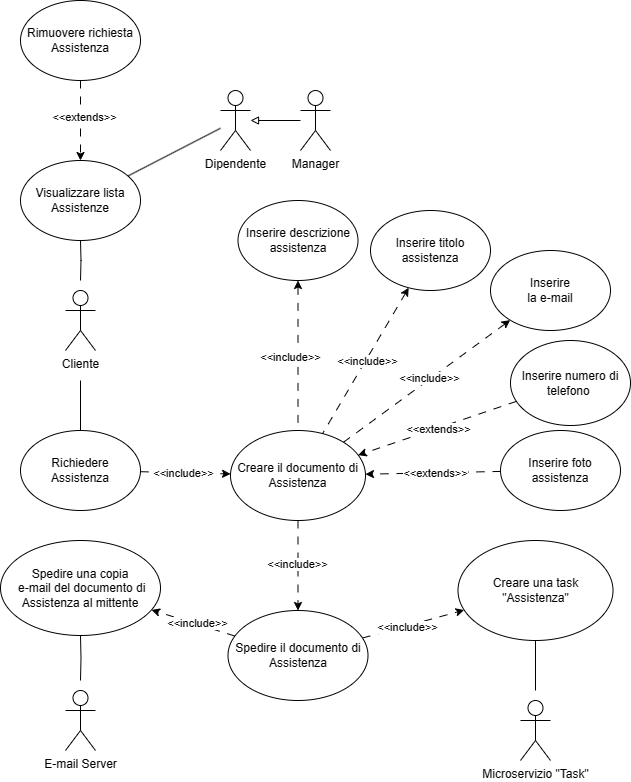
Before: second-deliverable/images/UCD/RF7_assistenza_UCD.png, a diagram exported from draw.io (IS-FixMi/Documentation-Source). Source tidied: cells renumbered, new cells last; positions are measured from the earlier drawing's top-left corner, leaving out a move shared by most shapes.
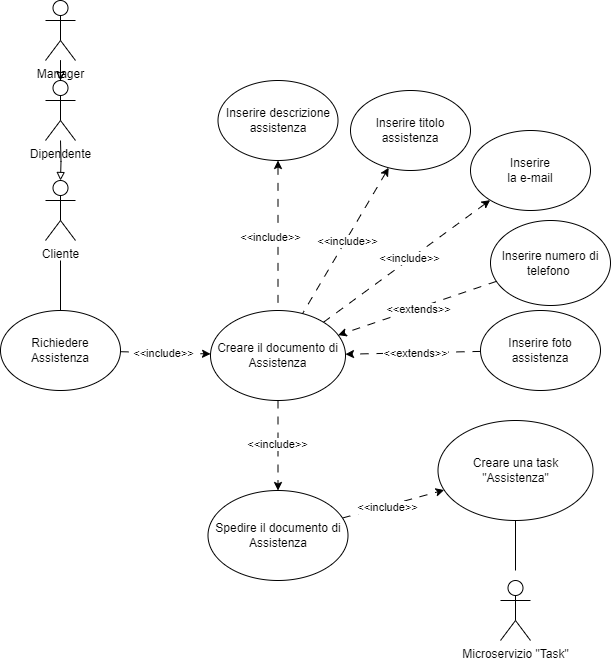
After the commit.

What changed in the source:
```diff
@@ -2,13 +2,8 @@
   <root>
     <mxCell id="0" />
     <mxCell id="1" parent="0" />
-    <mxCell id="2" style="edgeStyle=orthogonalEdgeStyle;rounded=0;jettySize=auto;html=1;endArrow=none;endFill=0;" parent="1" edge="1" target="41">
-      <mxGeometry relative="1" as="geometry">
-        <mxPoint x="80" y="280" as="sourcePoint" />
-      </mxGeometry>
-    </mxCell>
     <mxCell id="3" value="Cliente" style="shape=umlActor;verticalLabelPosition=bottom;verticalAlign=top;html=1;outlineConnect=0;" parent="1" vertex="1">
-      <mxGeometry x="65" y="290" width="30" height="60" as="geometry" />
+      <mxGeometry x="65" y="300" width="30" height="60" as="geometry" />
     </mxCell>
     <mxCell id="4" style="rounded=0;jettySize=auto;html=1;dashed=1;dashPattern=8 8;strokeColor=default;" parent="1" edge="1" source="7" target="13">
       <mxGeometry relative="1" as="geometry" />
@@ -57,17 +52,14 @@
     <mxCell id="16" value="Microservizio &quot;Task&quot;" style="shape=umlActor;verticalLabelPosition=bottom;verticalAlign=top;html=1;" parent="1" vertex="1">
       <mxGeometry x="520" y="700" width="30" height="60" as="geometry" />
     </mxCell>
-    <mxCell id="17" style="rounded=0;jettySize=auto;html=1;endArrow=none;endFill=0;" parent="1" edge="1" source="18" target="41">
-      <mxGeometry relative="1" as="geometry" />
-    </mxCell>
     <mxCell id="18" value="Dipendente" style="shape=umlActor;verticalLabelPosition=bottom;verticalAlign=top;html=1;outlineConnect=0;" parent="1" vertex="1">
-      <mxGeometry x="220" y="90" width="30" height="60" as="geometry" />
+      <mxGeometry x="65" y="200" width="30" height="60" as="geometry" />
     </mxCell>
     <mxCell id="19" style="edgeStyle=orthogonalEdgeStyle;rounded=0;jettySize=auto;html=1;endArrow=block;endFill=0;" parent="1" edge="1" source="20" target="18">
       <mxGeometry relative="1" as="geometry" />
     </mxCell>
     <mxCell id="20" value="Manager" style="shape=umlActor;verticalLabelPosition=bottom;verticalAlign=top;html=1;outlineConnect=0;" parent="1" vertex="1">
-      <mxGeometry x="300" y="90" width="30" height="60" as="geometry" />
+      <mxGeometry x="65" y="120" width="30" height="60" as="geometry" />
     </mxCell>
     <mxCell id="21" style="rounded=0;jettySize=auto;html=1;dashed=1;dashPattern=8 8;startArrow=classic;startFill=1;endArrow=none;endFill=0;" parent="1" edge="1" source="23" target="13">
       <mxGeometry relative="1" as="geometry" />
@@ -102,14 +94,6 @@
     <mxCell id="29" value="Inserire foto assistenza" style="ellipse;whiteSpace=wrap;html=1;" parent="1" vertex="1">
       <mxGeometry x="500" y="430" width="120" height="80" as="geometry" />
     </mxCell>
-    <mxCell id="30" style="rounded=0;jettySize=auto;html=1;dashed=1;dashPattern=8 8;" parent="1" edge="1" source="34" target="35">
-      <mxGeometry relative="1" as="geometry" />
-    </mxCell>
-    <mxCell id="31" value="&amp;lt;&amp;lt;include&amp;gt;&amp;gt;" style="edgeLabel;html=1;align=center;verticalAlign=middle;" parent="30" vertex="1">
-      <mxGeometry x="0.06" y="1" relative="1" as="geometry">
-        <mxPoint x="7" as="offset" />
-      </mxGeometry>
-    </mxCell>
     <mxCell id="32" style="rounded=0;jettySize=auto;html=1;dashed=1;dashPattern=8 8;" parent="1" edge="1" source="34" target="14">
       <mxGeometry relative="1" as="geometry" />
     </mxCell>
@@ -119,9 +103,6 @@
     <mxCell id="34" value="Spedire il documento di Assistenza" style="ellipse;whiteSpace=wrap;html=1;" parent="1" vertex="1">
       <mxGeometry x="227.5" y="610" width="140" height="90" as="geometry" />
     </mxCell>
-    <mxCell id="35" value="Spedire una copia&lt;br&gt;&amp;nbsp;e-mail del documento di Assistenza al mittente" style="ellipse;whiteSpace=wrap;html=1;" parent="1" vertex="1">
-      <mxGeometry y="540" width="160" height="95" as="geometry" />
-    </mxCell>
     <mxCell id="36" style="rounded=0;jettySize=auto;html=1;dashed=1;dashPattern=8 8;" parent="1" edge="1" source="38" target="13">
       <mxGeometry relative="1" as="geometry" />
     </mxCell>
@@ -133,27 +114,10 @@
     <mxCell id="38" value="Inserire numero di telefono&amp;nbsp;" style="ellipse;whiteSpace=wrap;html=1;" parent="1" vertex="1">
       <mxGeometry x="510" y="340" width="120" height="85" as="geometry" />
     </mxCell>
-    <mxCell id="39" style="edgeStyle=orthogonalEdgeStyle;rounded=0;jettySize=auto;html=1;endArrow=none;endFill=0;" parent="1" edge="1" target="35">
-      <mxGeometry relative="1" as="geometry">
-        <mxPoint x="80" y="680" as="sourcePoint" />
-      </mxGeometry>
-    </mxCell>
-    <mxCell id="40" value="E-mail Server" style="shape=umlActor;verticalLabelPosition=bottom;verticalAlign=top;html=1;" parent="1" vertex="1">
-      <mxGeometry x="65" y="690" width="30" height="60" as="geometry" />
-    </mxCell>
-    <mxCell id="41" value="Visualizzare lista Assistenze" style="ellipse;whiteSpace=wrap;html=1;" parent="1" vertex="1">
-      <mxGeometry x="20" y="160" width="120" height="80" as="geometry" />
-    </mxCell>
-    <mxCell id="42" style="edgeStyle=orthogonalEdgeStyle;rounded=0;jettySize=auto;html=1;dashed=1;dashPattern=8 8;" parent="1" edge="1" source="44" target="41">
-      <mxGeometry relative="1" as="geometry" />
-    </mxCell>
-    <mxCell id="43" value="&amp;lt;&amp;lt;extends&amp;gt;&amp;gt;" style="edgeLabel;html=1;align=center;verticalAlign=middle;" parent="42" vertex="1">
-      <mxGeometry x="-0.13" y="1" relative="1" as="geometry">
-        <mxPoint x="2" y="1" as="offset" />
-      </mxGeometry>
-    </mxCell>
-    <mxCell id="44" value="Rimuovere richiesta Assistenza" style="ellipse;whiteSpace=wrap;html=1;" parent="1" vertex="1">
-      <mxGeometry x="20" width="120" height="80" as="geometry" />
-    </mxCell>
+    <mxCell id="45" style="edgeStyle=orthogonalEdgeStyle;rounded=0;jettySize=auto;html=1;endArrow=block;endFill=0;entryX=0.5;entryY=0;entryDx=0;entryDy=0;entryPerimeter=0;" parent="1" edge="1" target="3">
+      <mxGeometry relative="1" as="geometry">
+        <mxPoint x="80" y="260" as="sourcePoint" />
+      </mxGeometry>
+    </mxCell>
   </root>
 </mxGraphModel>
```
